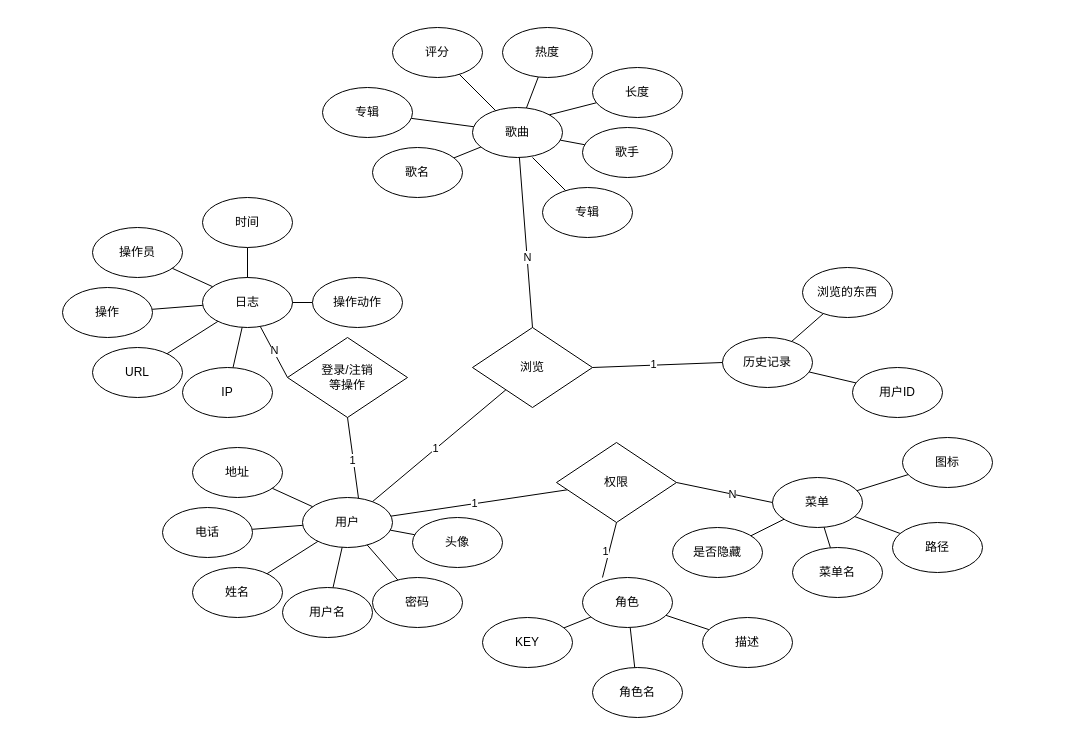
Before: SPARK/music-ER.drawio in redcomet88/DRAW, a draw.io diagram. Source tidied: cells renumbered, new cells numbered last; positions are measured from the earlier drawing's top-left corner, leaving out a move shared by most shapes. Both pictures are drawn from the tidied source at 100%, with x=0, y=0 at pixel (62, 27).
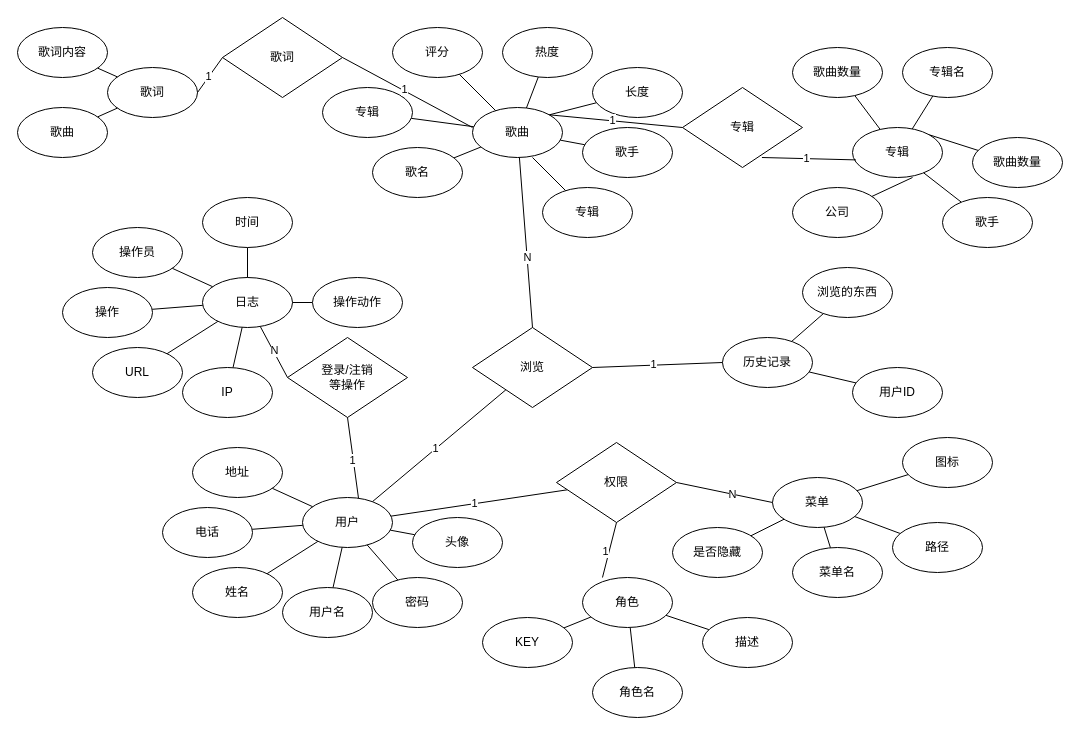
The same diagram, later.

The change refers to these unchanged cells:
```xml
<mxCell id="58" value="歌曲" style="ellipse;whiteSpace=wrap;html=1;" parent="1" vertex="1">
  <mxGeometry x="410" y="80" width="90" height="50" as="geometry" />
</mxCell>
```

What changed in the source:
```diff
@@
+    <mxCell id="83" value="专辑" style="ellipse;whiteSpace=wrap;html=1;" parent="1" vertex="1">
+      <mxGeometry x="790" y="100" width="90" height="50" as="geometry" />
+    </mxCell>
+    <mxCell id="84" style="rounded=0;jettySize=auto;html=1;endArrow=none;endFill=0;" parent="1" edge="1" source="83" target="85">
+      <mxGeometry relative="1" as="geometry" />
+    </mxCell>
+    <mxCell id="85" value="歌手" style="ellipse;whiteSpace=wrap;html=1;" parent="1" vertex="1">
+      <mxGeometry x="880" y="170" width="90" height="50" as="geometry" />
+    </mxCell>
+    <mxCell id="86" style="rounded=0;jettySize=auto;html=1;endArrow=none;endFill=0;" parent="1" edge="1" source="83" target="87">
+      <mxGeometry relative="1" as="geometry" />
+    </mxCell>
+    <mxCell id="87" value="专辑名" style="ellipse;whiteSpace=wrap;html=1;" parent="1" vertex="1">
+      <mxGeometry x="840" y="20" width="90" height="50" as="geometry" />
+    </mxCell>
+    <mxCell id="88" style="rounded=0;jettySize=auto;html=1;endArrow=none;endFill=0;" parent="1" edge="1" source="83" target="89">
+      <mxGeometry relative="1" as="geometry" />
+    </mxCell>
+    <mxCell id="89" value="歌曲数量" style="ellipse;whiteSpace=wrap;html=1;" parent="1" vertex="1">
+      <mxGeometry x="730" y="20" width="90" height="50" as="geometry" />
+    </mxCell>
+    <mxCell id="90" style="rounded=0;jettySize=auto;html=1;endArrow=none;endFill=0;exitX=1;exitY=0;exitDx=0;exitDy=0;" parent="1" edge="1" source="83" target="91">
+      <mxGeometry relative="1" as="geometry" />
+    </mxCell>
+    <mxCell id="91" value="歌曲数量" style="ellipse;whiteSpace=wrap;html=1;" parent="1" vertex="1">
+      <mxGeometry x="910" y="110" width="90" height="50" as="geometry" />
+    </mxCell>
+    <mxCell id="92" style="rounded=0;jettySize=auto;html=1;endArrow=none;endFill=0;" parent="1" edge="1" target="93">
+      <mxGeometry relative="1" as="geometry">
+        <mxPoint x="850" y="150" as="sourcePoint" />
+      </mxGeometry>
+    </mxCell>
+    <mxCell id="93" value="公司" style="ellipse;whiteSpace=wrap;html=1;" parent="1" vertex="1">
+      <mxGeometry x="730" y="160" width="90" height="50" as="geometry" />
+    </mxCell>
+    <mxCell id="94" value="歌词" style="ellipse;whiteSpace=wrap;html=1;" parent="1" vertex="1">
+      <mxGeometry x="45" y="40" width="90" height="50" as="geometry" />
+    </mxCell>
+    <mxCell id="95" style="rounded=0;jettySize=auto;html=1;endArrow=none;endFill=0;" parent="1" edge="1" source="94" target="96">
+      <mxGeometry relative="1" as="geometry" />
+    </mxCell>
+    <mxCell id="96" value="歌曲" style="ellipse;whiteSpace=wrap;html=1;" parent="1" vertex="1">
+      <mxGeometry x="-45" y="80" width="90" height="50" as="geometry" />
+    </mxCell>
+    <mxCell id="97" style="rounded=0;jettySize=auto;html=1;endArrow=none;endFill=0;" parent="1" edge="1" source="94" target="98">
+      <mxGeometry relative="1" as="geometry" />
+    </mxCell>
+    <mxCell id="98" value="歌词内容" style="ellipse;whiteSpace=wrap;html=1;" parent="1" vertex="1">
+      <mxGeometry x="-45" width="90" height="50" as="geometry" />
+    </mxCell>
+    <mxCell id="99" value="歌词" style="rhombus;whiteSpace=wrap;html=1;" parent="1" vertex="1">
+      <mxGeometry x="160" y="-10" width="120" height="80" as="geometry" />
+    </mxCell>
+    <mxCell id="100" value="专辑" style="rhombus;whiteSpace=wrap;html=1;" parent="1" vertex="1">
+      <mxGeometry x="620" y="60" width="120" height="80" as="geometry" />
+    </mxCell>
+    <mxCell id="101" style="rounded=0;jettySize=auto;html=1;endArrow=none;endFill=0;exitX=1;exitY=0;exitDx=0;exitDy=0;entryX=0;entryY=0.5;entryDx=0;entryDy=0;" parent="1" edge="1" source="58" target="100">
+      <mxGeometry relative="1" as="geometry" />
+    </mxCell>
+    <mxCell id="102" value="1" style="edgeLabel;html=1;align=center;verticalAlign=middle;" parent="101" vertex="1">
+      <mxGeometry x="-0.06" y="1" relative="1" as="geometry" />
+    </mxCell>
+    <mxCell id="103" style="rounded=0;jettySize=auto;html=1;endArrow=none;endFill=0;exitX=0.662;exitY=0.875;exitDx=0;exitDy=0;entryX=0.038;entryY=0.648;entryDx=0;entryDy=0;entryPerimeter=0;exitPerimeter=0;" parent="1" edge="1" source="100" target="83">
+      <mxGeometry relative="1" as="geometry" />
+    </mxCell>
+    <mxCell id="104" value="1" style="edgeLabel;html=1;align=center;verticalAlign=middle;" parent="103" vertex="1">
+      <mxGeometry x="-0.06" y="1" relative="1" as="geometry" />
+    </mxCell>
+    <mxCell id="105" style="rounded=0;jettySize=auto;html=1;endArrow=none;endFill=0;exitX=1;exitY=0.5;exitDx=0;exitDy=0;entryX=0;entryY=0.5;entryDx=0;entryDy=0;" parent="1" edge="1" source="94" target="99">
+      <mxGeometry relative="1" as="geometry" />
+    </mxCell>
+    <mxCell id="106" value="1" style="edgeLabel;html=1;align=center;verticalAlign=middle;" parent="105" vertex="1">
+      <mxGeometry x="-0.06" y="1" relative="1" as="geometry" />
+    </mxCell>
+    <mxCell id="107" style="rounded=0;jettySize=auto;html=1;endArrow=none;endFill=0;exitX=1;exitY=0.5;exitDx=0;exitDy=0;" parent="1" edge="1" source="99">
+      <mxGeometry relative="1" as="geometry">
+        <mxPoint x="410" y="100" as="targetPoint" />
+      </mxGeometry>
+    </mxCell>
+    <mxCell id="108" value="1" style="edgeLabel;html=1;align=center;verticalAlign=middle;" parent="107" vertex="1">
+      <mxGeometry x="-0.06" y="1" relative="1" as="geometry" />
+    </mxCell>
```
